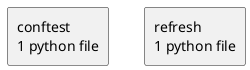
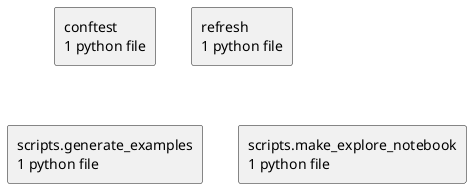
@startuml packages_fred-public-data
set namespaceSeparator none
top to bottom direction
skinparam componentStyle rectangle
rectangle "conftest\n1 python file" as conftest
rectangle "refresh\n1 python file" as refresh
+ rectangle "scripts.generate_examples\n1 python file" as scripts.generate_examples
+ rectangle "scripts.make_explore_notebook\n1 python file" as scripts.make_explore_notebook
@enduml
